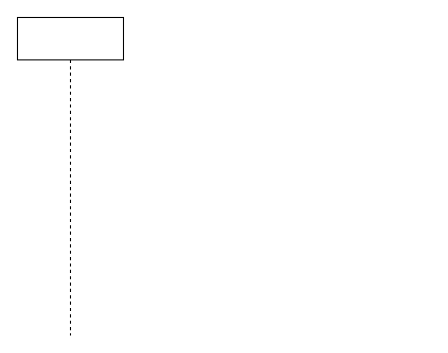
Earlier version of the draw.io diagram page "登录" (1 of 2) of 未命名绘图.drawio (liyunhao2/technology). Source tidied: cells renumbered, new cells numbered last; positions are measured from the earlier drawing's top-left corner, leaving out a move shared by most shapes. Both pictures are drawn from the tidied source at 106%, with x=0, y=0 at pixel (17, 17).
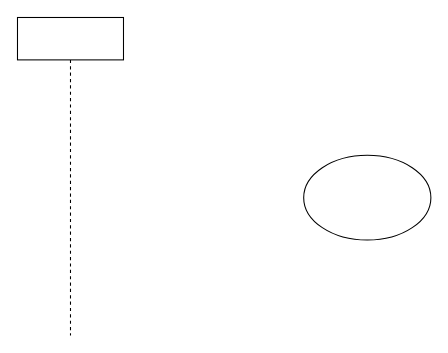
The same diagram, later.

What changed in the source:
```diff
@@
 <mxGraphModel>
   <root>
     <mxCell id="0" />
     <mxCell id="1" parent="0" />
     <mxCell id="2" style="shape=umlLifeline;perimeter=lifelinePerimeter;whiteSpace=wrap;html=1;newEdgeStyle={&quot;curved&quot;:0,&quot;rounded&quot;:0};" parent="1" vertex="1">
       <mxGeometry width="100" height="300" as="geometry" />
     </mxCell>
+    <mxCell id="3" style="ellipse;whiteSpace=wrap;html=1;" parent="1" vertex="1">
+      <mxGeometry x="270" y="130" width="120" height="80" as="geometry" />
+    </mxCell>
   </root>
 </mxGraphModel>
```
